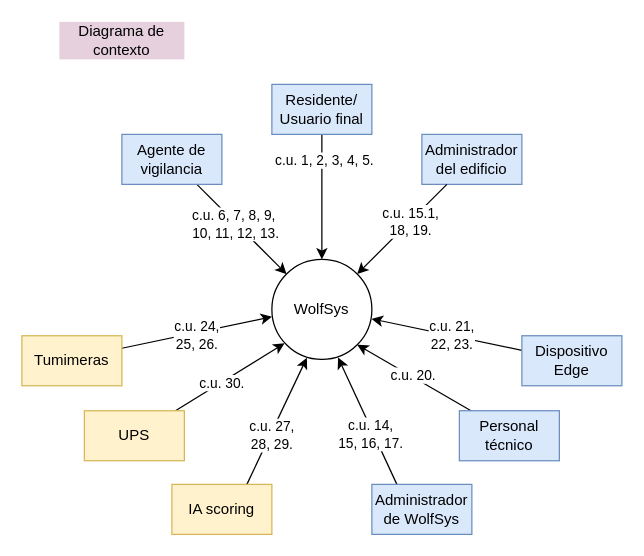
LIMoreno04/Caso-de-estudio---WolfSys---Arquitectura keeps this draw.io diagram as Documentación de la arquitectura/Diagramas/Editables-drawio/Diagrama-de-contexto.drawio. Above is the earlier version. Source tidied: cells renumbered, new cells numbered last; positions are measured from the earlier drawing's top-left corner, leaving out a move shared by most shapes. Both pictures are drawn from the tidied source at 125%, with x=0, y=0 at pixel (21, 21).
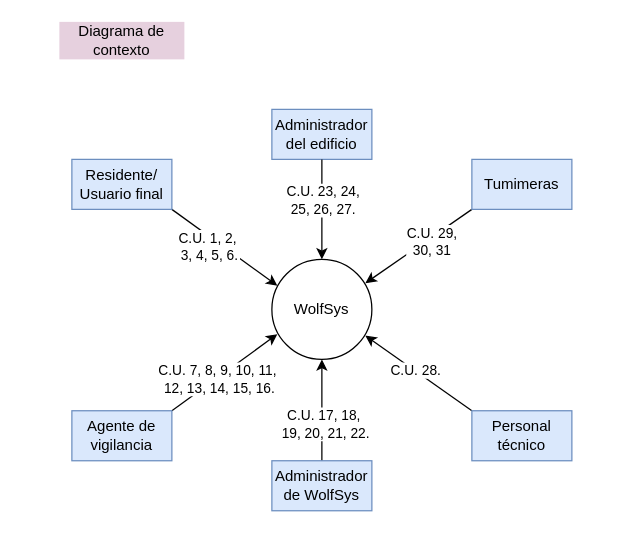
Above is the later version.

Commit message (it also covers changes not shown here):
Actualizados los diagramas de casos de uso y de contexto.

The change refers to these unchanged cells:
```xml
<mxCell id="2" value="WolfSys" style="ellipse;whiteSpace=wrap;html=1;" parent="1" vertex="1">
  <mxGeometry x="200" y="190" width="80" height="80" as="geometry" />
</mxCell>
```

The edit, as a diff of the source:
```diff
@@
-    <mxCell id="3" style="rounded=0;jettySize=auto;html=1;entryX=0;entryY=0;entryDx=0;entryDy=0;" parent="1" edge="1" source="5" target="2">
+    <mxCell id="3" style="rounded=0;jettySize=auto;html=1;exitX=1;exitY=0;exitDx=0;exitDy=0;entryX=0.055;entryY=0.748;entryDx=0;entryDy=0;entryPerimeter=0;" parent="1" edge="1" source="5" target="2">
       <mxGeometry relative="1" as="geometry" />
     </mxCell>
-    <mxCell id="4" value="c.u. 6, 7, 8, 9,&amp;nbsp;&lt;div&gt;10, 11, 12, 13.&lt;/div&gt;" style="edgeLabel;html=1;align=center;verticalAlign=middle;" parent="3" vertex="1">
+    <mxCell id="4" value="C.U. 7, 8, 9, 10,&amp;nbsp;&lt;span style=&quot;background-color: light-dark(#ffffff, var(--ge-dark-color, #121212)); color: light-dark(rgb(0, 0, 0), rgb(255, 255, 255));&quot;&gt;11,&amp;nbsp;&lt;/span&gt;&lt;div&gt;&lt;span style=&quot;background-color: light-dark(#ffffff, var(--ge-dark-color, #121212)); color: light-dark(rgb(0, 0, 0), rgb(255, 255, 255));&quot;&gt;12, 13, 14, 15, 16&lt;/span&gt;&lt;span style=&quot;color: light-dark(rgb(0, 0, 0), rgb(255, 255, 255)); background-color: light-dark(#ffffff, var(--ge-dark-color, #121212));&quot;&gt;.&lt;/span&gt;&lt;/div&gt;" style="edgeLabel;html=1;align=center;verticalAlign=middle;" parent="3" vertex="1">
       <mxGeometry x="-0.14" y="-1" relative="1" as="geometry" />
     </mxCell>
     <mxCell id="5" value="Agente de vigilancia" style="rounded=0;whiteSpace=wrap;html=1;fillColor=#dae8fc;strokeColor=#6c8ebf;" parent="1" vertex="1">
-      <mxGeometry x="80" y="90" width="80" height="40" as="geometry" />
+      <mxGeometry x="40" y="311.1" width="80" height="40" as="geometry" />
     </mxCell>
-    <mxCell id="6" style="rounded=0;jettySize=auto;html=1;entryX=0.662;entryY=0.982;entryDx=0;entryDy=0;entryPerimeter=0;exitX=0.25;exitY=0;exitDx=0;exitDy=0;" parent="1" edge="1" source="8" target="2">
+    <mxCell id="6" style="rounded=0;jettySize=auto;html=1;exitX=0.5;exitY=0;exitDx=0;exitDy=0;entryX=0.5;entryY=1;entryDx=0;entryDy=0;" parent="1" edge="1" source="8" target="2">
       <mxGeometry relative="1" as="geometry" />
     </mxCell>
-    <mxCell id="7" value="c.u. 14,&lt;div&gt;15,&amp;nbsp;&lt;span style=&quot;background-color: light-dark(#ffffff, var(--ge-dark-color, #121212)); color: light-dark(rgb(0, 0, 0), rgb(255, 255, 255));&quot;&gt;16, 17&lt;/span&gt;&lt;span style=&quot;color: light-dark(rgb(0, 0, 0), rgb(255, 255, 255)); background-color: light-dark(#ffffff, var(--ge-dark-color, #121212));&quot;&gt;.&lt;/span&gt;&lt;/div&gt;" style="edgeLabel;html=1;align=center;verticalAlign=middle;" parent="6" vertex="1">
+    <mxCell id="7" value="C.U. 17, 18,&amp;nbsp;&lt;div&gt;&lt;span style=&quot;background-color: light-dark(#ffffff, var(--ge-dark-color, #121212)); color: light-dark(rgb(0, 0, 0), rgb(255, 255, 255));&quot;&gt;19, 20, 21, 22.&lt;/span&gt;&lt;/div&gt;" style="edgeLabel;html=1;align=center;verticalAlign=middle;" parent="6" vertex="1">
       <mxGeometry x="0.02" relative="1" as="geometry">
         <mxPoint x="2" y="11" as="offset" />
       </mxGeometry>
     </mxCell>
     <mxCell id="8" value="Administrador de WolfSys" style="rounded=0;whiteSpace=wrap;html=1;fillColor=#dae8fc;strokeColor=#6c8ebf;" parent="1" vertex="1">
-      <mxGeometry x="280" y="370" width="80" height="40" as="geometry" />
+      <mxGeometry x="200" y="351.1" width="80" height="40" as="geometry" />
     </mxCell>
-    <mxCell id="9" style="rounded=0;jettySize=auto;html=1;entryX=0.998;entryY=0.595;entryDx=0;entryDy=0;entryPerimeter=0;" parent="1" edge="1" source="11" target="2">
+    <mxCell id="9" style="rounded=0;jettySize=auto;html=1;exitX=0;exitY=1;exitDx=0;exitDy=0;entryX=0.935;entryY=0.238;entryDx=0;entryDy=0;entryPerimeter=0;" parent="1" edge="1" source="21" target="2">
       <mxGeometry relative="1" as="geometry" />
     </mxCell>
-    <mxCell id="10" value="c.u. 21,&lt;div&gt;22,&amp;nbsp;&lt;span style=&quot;background-color: light-dark(#ffffff, var(--ge-dark-color, #121212)); color: light-dark(rgb(0, 0, 0), rgb(255, 255, 255));&quot;&gt;23.&lt;/span&gt;&lt;/div&gt;" style="edgeLabel;html=1;align=center;verticalAlign=middle;" parent="9" vertex="1">
+    <mxCell id="10" value="C.U. 29,&lt;div&gt;30, 31&lt;/div&gt;" style="edgeLabel;html=1;align=center;verticalAlign=middle;" parent="9" vertex="1">
       <mxGeometry x="0.11" y="1" relative="1" as="geometry">
-        <mxPoint x="10" y="1" as="offset" />
+        <mxPoint x="15" y="-8" as="offset" />
       </mxGeometry>
     </mxCell>
-    <mxCell id="11" value="Dispositivo Edge" style="rounded=0;whiteSpace=wrap;html=1;fillColor=#dae8fc;strokeColor=#6c8ebf;" parent="1" vertex="1">
-      <mxGeometry x="400" y="251.1" width="80" height="40" as="geometry" />
-    </mxCell>
-    <mxCell id="12" style="rounded=0;jettySize=auto;html=1;entryX=1;entryY=1;entryDx=0;entryDy=0;exitX=0.138;exitY=0.025;exitDx=0;exitDy=0;exitPerimeter=0;" parent="1" edge="1" source="14" target="2">
+    <mxCell id="12" style="rounded=0;jettySize=auto;html=1;exitX=0;exitY=0;exitDx=0;exitDy=0;entryX=0.935;entryY=0.763;entryDx=0;entryDy=0;entryPerimeter=0;" parent="1" edge="1" source="14" target="2">
       <mxGeometry relative="1" as="geometry" />
     </mxCell>
-    <mxCell id="13" value="c.u. 20." style="edgeLabel;html=1;align=center;verticalAlign=middle;" parent="12" vertex="1">
+    <mxCell id="13" value="C.U. 28." style="edgeLabel;html=1;align=center;verticalAlign=middle;" parent="12" vertex="1">
       <mxGeometry x="0.07" y="-1" relative="1" as="geometry" />
     </mxCell>
     <mxCell id="14" value="Personal técnico" style="rounded=0;whiteSpace=wrap;html=1;fillColor=#dae8fc;strokeColor=#6c8ebf;" parent="1" vertex="1">
-      <mxGeometry x="350" y="311.1" width="80" height="40" as="geometry" />
+      <mxGeometry x="360" y="311.1" width="80" height="40" as="geometry" />
     </mxCell>
@@
-    <mxCell id="16" style="rounded=0;jettySize=auto;html=1;entryX=0.5;entryY=0;entryDx=0;entryDy=0;" parent="1" edge="1" source="18" target="2">
+    <mxCell id="16" style="rounded=0;jettySize=auto;html=1;exitX=1;exitY=1;exitDx=0;exitDy=0;entryX=0.055;entryY=0.263;entryDx=0;entryDy=0;entryPerimeter=0;" parent="1" edge="1" source="18" target="2">
       <mxGeometry relative="1" as="geometry" />
     </mxCell>
-    <mxCell id="17" value="c.u. 1, 2, 3, 4, 5." style="edgeLabel;html=1;align=center;verticalAlign=middle;" parent="16" vertex="1">
+    <mxCell id="17" value="C.U. 1, 2,&amp;nbsp;&lt;div&gt;3,&amp;nbsp;&lt;span style=&quot;background-color: light-dark(#ffffff, var(--ge-dark-color, #121212)); color: light-dark(rgb(0, 0, 0), rgb(255, 255, 255));&quot;&gt;4, 5, 6.&lt;/span&gt;&lt;/div&gt;" style="edgeLabel;html=1;align=center;verticalAlign=middle;" parent="16" vertex="1">
       <mxGeometry x="-0.78" y="1" relative="1" as="geometry">
-        <mxPoint y="9" as="offset" />
+        <mxPoint x="20" y="24" as="offset" />
       </mxGeometry>
     </mxCell>
     <mxCell id="18" value="Residente/&lt;div&gt;Usuario final&lt;/div&gt;" style="rounded=0;whiteSpace=wrap;html=1;fillColor=#dae8fc;strokeColor=#6c8ebf;" parent="1" vertex="1">
-      <mxGeometry x="200" y="50" width="80" height="40" as="geometry" />
+      <mxGeometry x="40" y="110" width="80" height="40" as="geometry" />
     </mxCell>
-    <mxCell id="19" style="rounded=0;jettySize=auto;html=1;entryX=0.001;entryY=0.574;entryDx=0;entryDy=0;exitX=1;exitY=0.25;exitDx=0;exitDy=0;entryPerimeter=0;" parent="1" edge="1" source="21" target="2">
-      <mxGeometry relative="1" as="geometry" />
-    </mxCell>
-    <mxCell id="20" value="c.u. 24,&lt;div&gt;25, 26.&lt;/div&gt;" style="edgeLabel;html=1;align=center;verticalAlign=middle;" parent="19" vertex="1">
-      <mxGeometry x="-0.81" relative="1" as="geometry">
-        <mxPoint x="48" y="-8" as="offset" />
-      </mxGeometry>
-    </mxCell>
-    <mxCell id="21" value="Tumimeras" style="rounded=0;whiteSpace=wrap;html=1;fillColor=#fff2cc;strokeColor=#d6b656;" parent="1" vertex="1">
-      <mxGeometry y="251.1" width="80" height="40" as="geometry" />
+    <mxCell id="21" value="Tumimeras" style="rounded=0;whiteSpace=wrap;html=1;fillColor=#dae8fc;strokeColor=#6c8ebf;" parent="1" vertex="1">
+      <mxGeometry x="360" y="110" width="80" height="40" as="geometry" />
     </mxCell>
-    <mxCell id="22" style="rounded=0;jettySize=auto;html=1;entryX=0.35;entryY=0.983;entryDx=0;entryDy=0;exitX=0.75;exitY=0;exitDx=0;exitDy=0;entryPerimeter=0;" parent="1" edge="1" source="24" target="2">
-      <mxGeometry relative="1" as="geometry" />
-    </mxCell>
-    <mxCell id="23" value="c.u. 27,&lt;div&gt;28, 29.&lt;/div&gt;" style="edgeLabel;html=1;align=center;verticalAlign=middle;" parent="22" vertex="1">
-      <mxGeometry x="0.03" relative="1" as="geometry">
-        <mxPoint x="-5" y="13" as="offset" />
-      </mxGeometry>
-    </mxCell>
-    <mxCell id="24" value="IA scoring" style="rounded=0;whiteSpace=wrap;html=1;fillColor=#fff2cc;strokeColor=#d6b656;" parent="1" vertex="1">
-      <mxGeometry x="120" y="370" width="80" height="40" as="geometry" />
-    </mxCell>
-    <mxCell id="25" style="rounded=0;jettySize=auto;html=1;entryX=0.127;entryY=0.839;entryDx=0;entryDy=0;exitX=0.911;exitY=-0.001;exitDx=0;exitDy=0;exitPerimeter=0;entryPerimeter=0;" parent="1" edge="1" source="27" target="2">
-      <mxGeometry relative="1" as="geometry" />
-    </mxCell>
-    <mxCell id="26" value="c.u. 30." style="edgeLabel;html=1;align=center;verticalAlign=middle;" parent="25" vertex="1">
-      <mxGeometry x="-0.16" relative="1" as="geometry" />
-    </mxCell>
-    <mxCell id="27" value="UPS" style="rounded=0;whiteSpace=wrap;html=1;fillColor=#fff2cc;strokeColor=#d6b656;" parent="1" vertex="1">
-      <mxGeometry x="50" y="311.1" width="80" height="40" as="geometry" />
-    </mxCell>
     <mxCell id="28" value="Administrador del edificio" style="rounded=0;whiteSpace=wrap;html=1;fillColor=#dae8fc;strokeColor=#6c8ebf;" parent="1" vertex="1">
-      <mxGeometry x="320" y="90" width="80" height="40" as="geometry" />
+      <mxGeometry x="200" y="70" width="80" height="40" as="geometry" />
     </mxCell>
-    <mxCell id="29" style="rounded=0;jettySize=auto;html=1;entryX=1;entryY=0;entryDx=0;entryDy=0;" parent="1" edge="1" source="28" target="2">
+    <mxCell id="29" style="rounded=0;jettySize=auto;html=1;entryX=0.5;entryY=0;entryDx=0;entryDy=0;" parent="1" edge="1" source="28" target="2">
       <mxGeometry relative="1" as="geometry" />
     </mxCell>
-    <mxCell id="30" value="c.u. 15.1,&lt;div&gt;18, 19.&lt;/div&gt;" style="edgeLabel;html=1;align=center;verticalAlign=middle;" parent="29" vertex="1">
+    <mxCell id="30" value="C.U. 23, 24,&lt;div&gt;&lt;span style=&quot;background-color: light-dark(#ffffff, var(--ge-dark-color, #121212)); color: light-dark(rgb(0, 0, 0), rgb(255, 255, 255));&quot;&gt;25, 26, 27.&lt;/span&gt;&lt;/div&gt;" style="edgeLabel;html=1;align=center;verticalAlign=middle;" parent="29" vertex="1">
       <mxGeometry x="-0.5" relative="1" as="geometry">
-        <mxPoint x="-12" y="12" as="offset" />
+        <mxPoint y="12" as="offset" />
       </mxGeometry>
     </mxCell>
```
